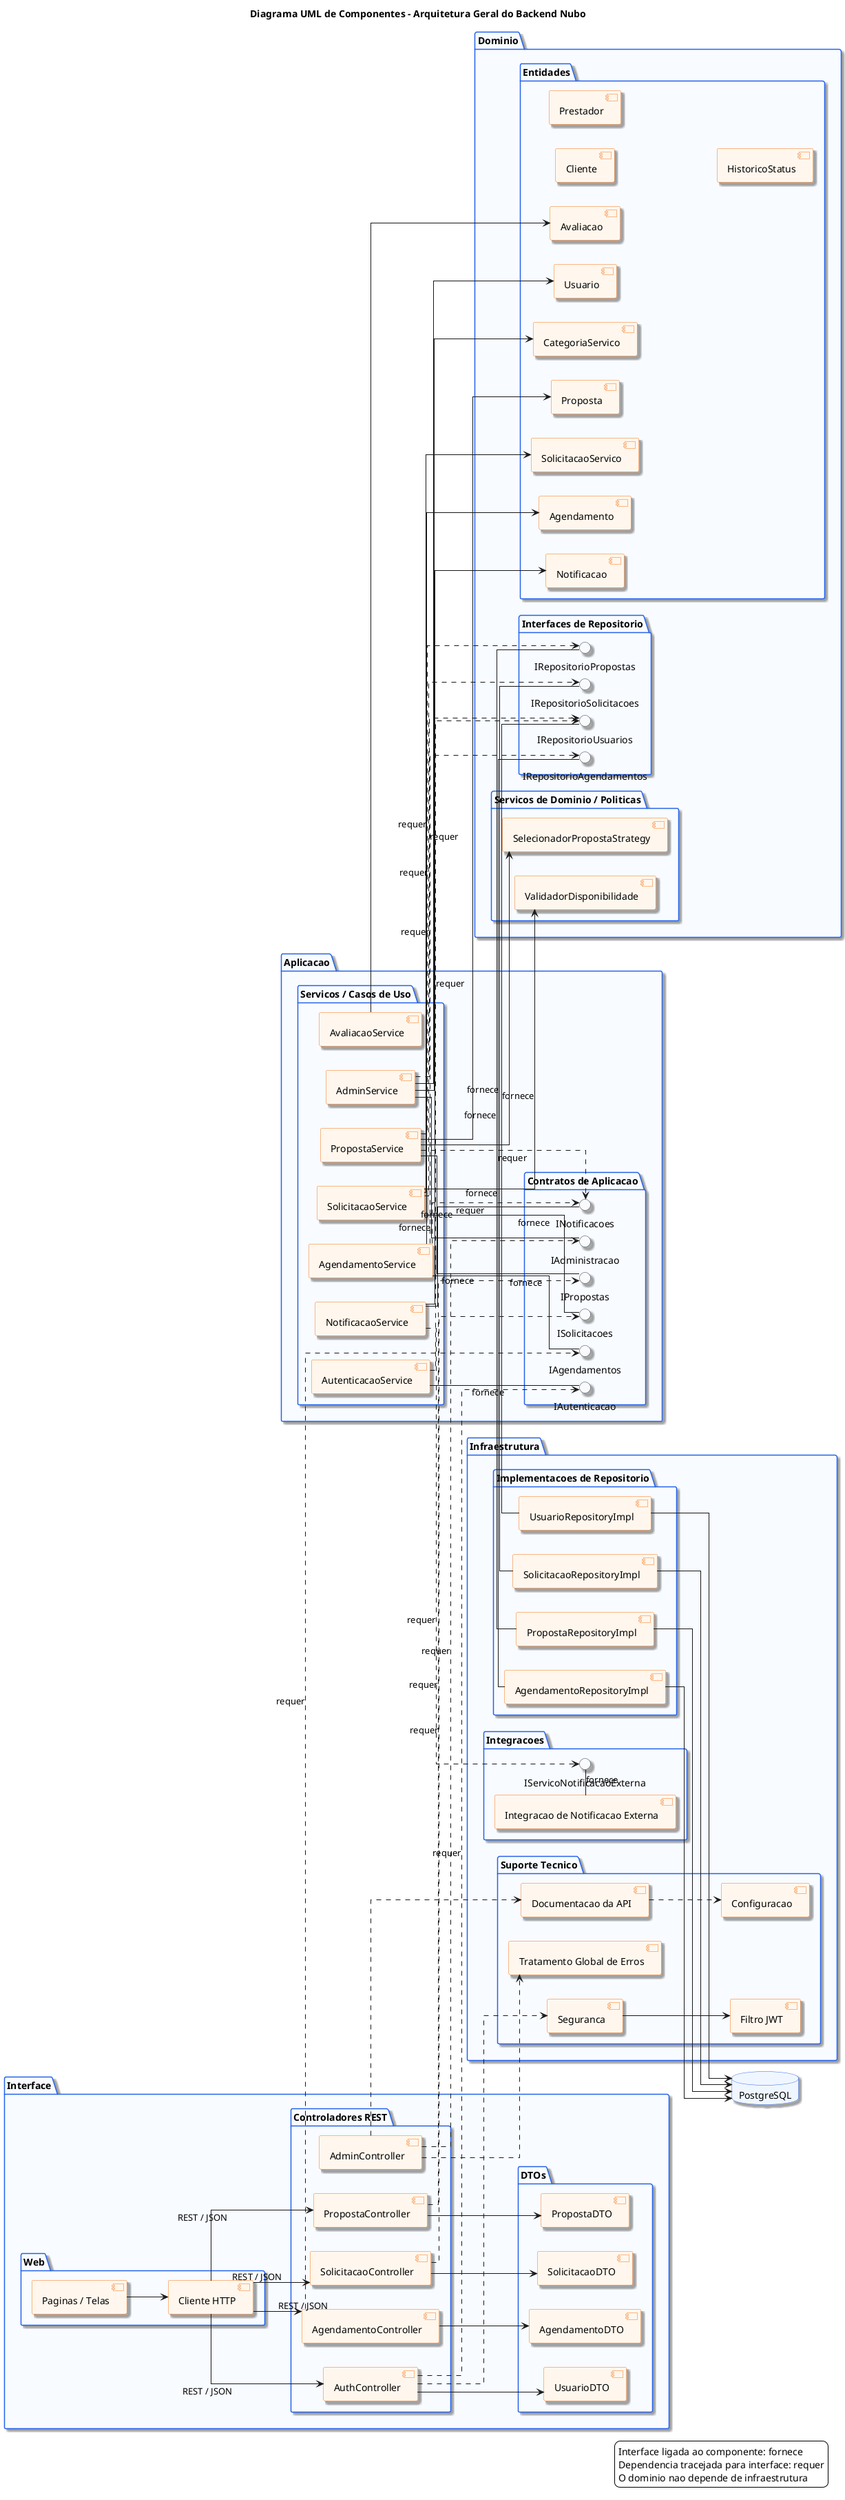
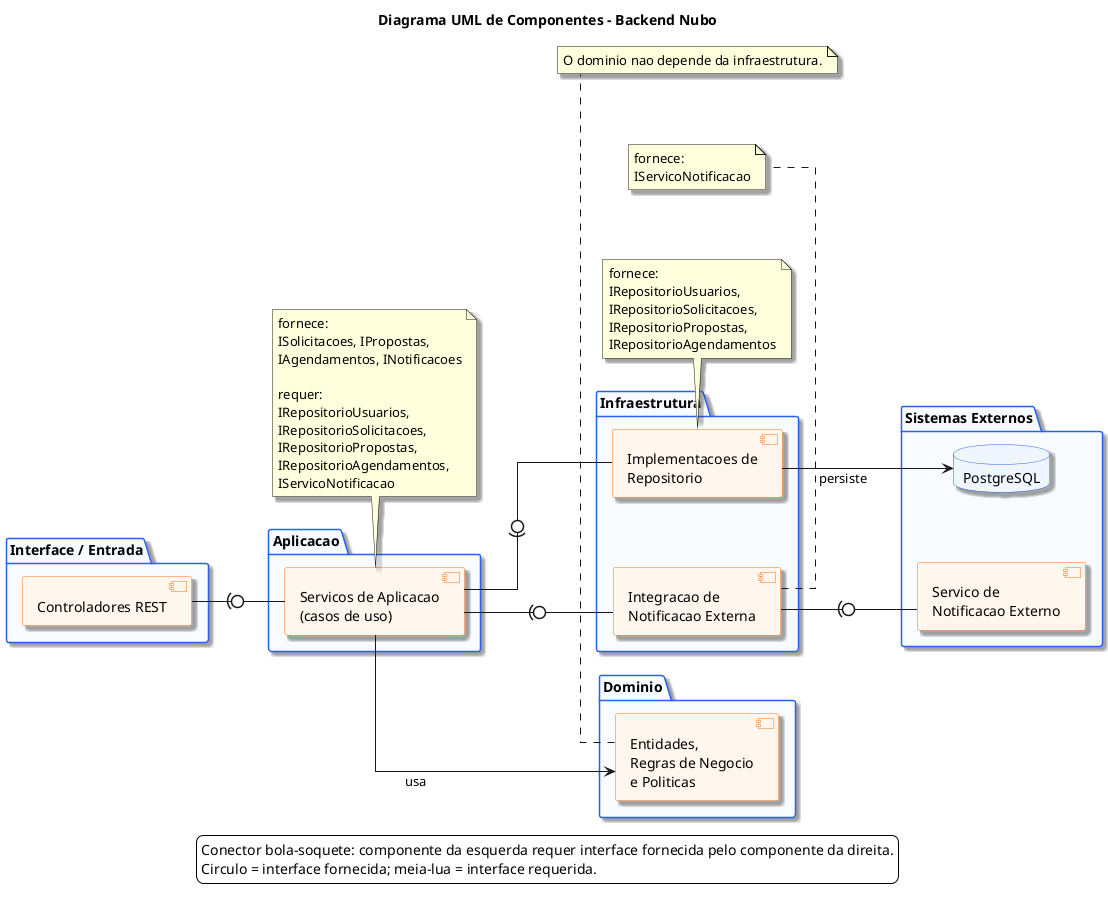
@startuml
' Fonte do projeto: README.md; docs/documentacao-projeto.md
- ' Fonte conceitual: material da disciplina e sintaxe PlantUML local
- title Diagrama UML de Componentes - Arquitetura Geral do Backend Nubo
+ ' Fonte conceitual: tools/Projeto PlantUML API/plantuml_code/component_diagram.puml
+ title Diagrama UML de Componentes - Backend Nubo
left to right direction
skinparam backgroundColor #FFFFFF
skinparam componentStyle uml2
skinparam linetype ortho
+ skinparam nodesep 70
+ skinparam ranksep 80
skinparam shadowing true
skinparam defaultFontName Arial
skinparam package {
  BorderColor #2563EB
  BackgroundColor #F8FBFF
}
skinparam component {
  BorderColor #F97316
  BackgroundColor #FFF7ED
}
- skinparam interface {
-   BorderColor #374151
-   BackgroundColor #F9FAFB
- }
skinparam database {
  BorderColor #2563EB
  BackgroundColor #EFF6FF
}

- package "Interface" {
-   package "Web" {
-     component "Paginas / Telas" as views
-     component "Cliente HTTP" as http
-   }
- 
-   package "DTOs" {
-     component "SolicitacaoDTO" as solicitacaoDto
-     component "PropostaDTO" as propostaDto
-     component "AgendamentoDTO" as agendamentoDto
-     component "UsuarioDTO" as usuarioDto
-   }
- 
-   package "Controladores REST" {
-     component "AuthController" as authController
-     component "SolicitacaoController" as solicitacaoController
-     component "PropostaController" as propostaController
-     component "AgendamentoController" as agendamentoController
-     component "AdminController" as adminController
-   }
+ package "Interface / Entrada" {
+   component "Controladores REST" as controladores
}

package "Aplicacao" {
-   package "Contratos de Aplicacao" {
-     interface "IAutenticacao" as iAutenticacao
-     interface "ISolicitacoes" as iSolicitacoes
-     interface "IPropostas" as iPropostas
-     interface "IAgendamentos" as iAgendamentos
-     interface "INotificacoes" as iNotificacoes
-     interface "IAdministracao" as iAdministracao
-   }
- 
-   package "Servicos / Casos de Uso" {
-     component "AutenticacaoService" as autenticacaoService
-     component "SolicitacaoService" as solicitacaoService
-     component "PropostaService" as propostaService
-     component "AgendamentoService" as agendamentoService
-     component "NotificacaoService" as notificacaoService
-     component "AvaliacaoService" as avaliacaoService
-     component "AdminService" as adminService
-   }
+   component "Servicos de Aplicacao\n(casos de uso)" as servicosAplicacao
}

package "Dominio" {
-   package "Entidades" {
-     component "Usuario" as usuario
-     component "Cliente" as cliente
-     component "Prestador" as prestador
-     component "CategoriaServico" as categoria
-     component "SolicitacaoServico" as solicitacao
-     component "Proposta" as proposta
-     component "Agendamento" as agendamento
-     component "Notificacao" as notificacao
-     component "Avaliacao" as avaliacao
-     component "HistoricoStatus" as historico
-   }
- 
-   package "Servicos de Dominio / Politicas" {
-     component "ValidadorDisponibilidade" as validador
-     component "SelecionadorPropostaStrategy" as strategy
-   }
- 
-   package "Interfaces de Repositorio" {
-     interface "IRepositorioUsuarios" as iRepoUsuarios
-     interface "IRepositorioSolicitacoes" as iRepoSolicitacoes
-     interface "IRepositorioPropostas" as iRepoPropostas
-     interface "IRepositorioAgendamentos" as iRepoAgendamentos
-   }
+   component "Entidades,\nRegras de Negocio\ne Politicas" as dominio
}

package "Infraestrutura" {
-   package "Implementacoes de Repositorio" {
-     component "UsuarioRepositoryImpl" as usuarioRepoImpl
-     component "SolicitacaoRepositoryImpl" as solicitacaoRepoImpl
-     component "PropostaRepositoryImpl" as propostaRepoImpl
-     component "AgendamentoRepositoryImpl" as agendamentoRepoImpl
-   }
- 
-   package "Suporte Tecnico" {
-     component "Seguranca" as security
-     component "Filtro JWT" as jwt
-     component "Tratamento Global de Erros" as exceptionHandler
-     component "Documentacao da API" as swagger
-     component "Configuracao" as configuracao
-   }
- 
-   package "Integracoes" {
-     interface "IServicoNotificacaoExterna" as iServicoNotificacao
-     component "Integracao de Notificacao Externa" as integracaoNotificacao
-   }
+   component "Implementacoes de\nRepositorio" as repositorios
+   component "Integracao de\nNotificacao Externa" as integracaoNotificacao
}

- database "PostgreSQL" as db
+ package "Sistemas Externos" {
+   database "PostgreSQL" as db
+   component "Servico de\nNotificacao Externo" as servicoNotificacao
+ }

- views --> http
- http --> authController : REST / JSON
- http --> solicitacaoController : REST / JSON
- http --> propostaController : REST / JSON
- http --> agendamentoController : REST / JSON
+ controladores -(0- servicosAplicacao
+ servicosAplicacao --> dominio : usa
+ servicosAplicacao -(0- repositorios
+ servicosAplicacao -(0- integracaoNotificacao

- authController --> usuarioDto
- solicitacaoController --> solicitacaoDto
- propostaController --> propostaDto
- agendamentoController --> agendamentoDto
+ repositorios --> db : persiste
+ integracaoNotificacao -(0- servicoNotificacao

- autenticacaoService - iAutenticacao : fornece
- solicitacaoService - iSolicitacoes : fornece
- propostaService - iPropostas : fornece
- agendamentoService - iAgendamentos : fornece
- notificacaoService - iNotificacoes : fornece
- adminService - iAdministracao : fornece
+ note bottom of servicosAplicacao
+   fornece:
+   ISolicitacoes, IPropostas,
+   IAgendamentos, INotificacoes

- authController ..> iAutenticacao : requer
- solicitacaoController ..> iSolicitacoes : requer
- propostaController ..> iPropostas : requer
- agendamentoController ..> iAgendamentos : requer
- adminController ..> iAdministracao : requer
+   requer:
+   IRepositorioUsuarios,
+   IRepositorioSolicitacoes,
+   IRepositorioPropostas,
+   IRepositorioAgendamentos,
+   IServicoNotificacao
+ end note

- solicitacaoService --> solicitacao
- solicitacaoService --> validador
- propostaService --> proposta
- propostaService --> strategy
- agendamentoService --> agendamento
- avaliacaoService --> avaliacao
- adminService --> usuario
- adminService --> categoria
- notificacaoService --> notificacao
+ note bottom of repositorios
+   fornece:
+   IRepositorioUsuarios,
+   IRepositorioSolicitacoes,
+   IRepositorioPropostas,
+   IRepositorioAgendamentos
+ end note

- autenticacaoService ..> iRepoUsuarios : requer
- solicitacaoService ..> iRepoSolicitacoes : requer
- propostaService ..> iRepoPropostas : requer
- agendamentoService ..> iRepoAgendamentos : requer
- adminService ..> iRepoUsuarios : requer
+ note bottom of integracaoNotificacao
+   fornece:
+   IServicoNotificacao
+ end note

- propostaService ..> iNotificacoes : requer
- agendamentoService ..> iNotificacoes : requer
- notificacaoService ..> iServicoNotificacao : requer
+ note bottom of dominio
+   O dominio nao depende da infraestrutura.
+ end note

- authController ..> security
- security --> jwt
- adminController ..> exceptionHandler
- adminController ..> swagger
- swagger ..> configuracao
- 
- usuarioRepoImpl - iRepoUsuarios : fornece
- solicitacaoRepoImpl - iRepoSolicitacoes : fornece
- propostaRepoImpl - iRepoPropostas : fornece
- agendamentoRepoImpl - iRepoAgendamentos : fornece
- integracaoNotificacao - iServicoNotificacao : fornece
- 
- usuarioRepoImpl --> db
- solicitacaoRepoImpl --> db
- propostaRepoImpl --> db
- agendamentoRepoImpl --> db
- 
- legend right
-   Interface ligada ao componente: fornece
-   Dependencia tracejada para interface: requer
-   O dominio nao depende de infraestrutura
+ legend bottom
+   Conector bola-soquete: componente da esquerda requer interface fornecida pelo componente da direita.
+   Circulo = interface fornecida; meia-lua = interface requerida.
endlegend
@enduml
